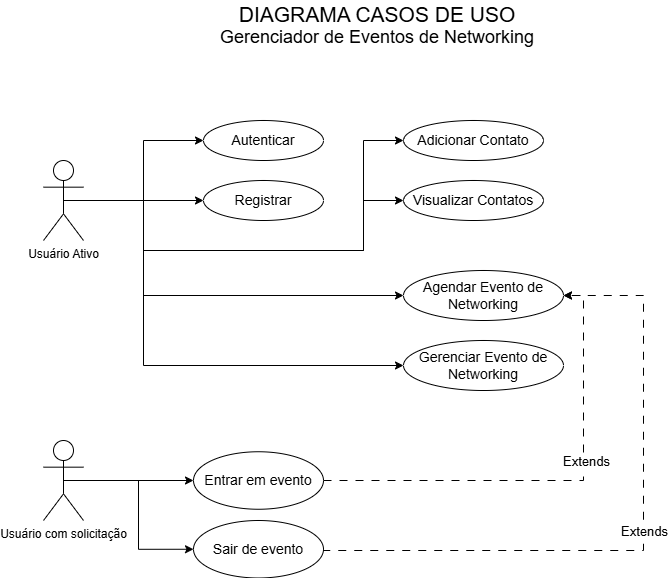
The draw.io diagram documents/CasosDeUso.png in splantapot/atividade4_DSenai, before a commit. Source tidied: cells renumbered, new cells last; positions are measured from the earlier drawing's top-left corner, leaving out a move shared by most shapes. Its diagram source:
```xml
<mxGraphModel>
  <root>
    <mxCell id="0" />
    <mxCell id="1" parent="0" />
    <mxCell id="2" value="&lt;font style=&quot;&quot;&gt;&lt;span style=&quot;font-size: 21px;&quot;&gt;DIAGRAMA CASOS DE USO&lt;/span&gt;&lt;br&gt;&lt;font style=&quot;font-size: 18px;&quot;&gt;Gerenciador de Eventos de Networking&lt;/font&gt;&lt;/font&gt;" style="text;html=1;align=center;verticalAlign=middle;whiteSpace=wrap;rounded=0;" parent="1" vertex="1">
      <mxGeometry x="106" width="456" height="50" as="geometry" />
    </mxCell>
    <mxCell id="3" style="edgeStyle=orthogonalEdgeStyle;rounded=0;jettySize=auto;html=1;exitX=0.5;exitY=0.5;exitDx=0;exitDy=0;exitPerimeter=0;entryX=0;entryY=0.5;entryDx=0;entryDy=0;" parent="1" edge="1" source="9" target="13">
      <mxGeometry relative="1" as="geometry" />
    </mxCell>
    <mxCell id="4" style="edgeStyle=orthogonalEdgeStyle;rounded=0;jettySize=auto;html=1;exitX=0.5;exitY=0.5;exitDx=0;exitDy=0;exitPerimeter=0;entryX=0;entryY=0.5;entryDx=0;entryDy=0;" parent="1" edge="1" source="9" target="14">
      <mxGeometry relative="1" as="geometry" />
    </mxCell>
    <mxCell id="5" style="edgeStyle=orthogonalEdgeStyle;rounded=0;jettySize=auto;html=1;exitX=0.5;exitY=0.5;exitDx=0;exitDy=0;exitPerimeter=0;entryX=0;entryY=0.5;entryDx=0;entryDy=0;" parent="1" edge="1" source="9" target="15">
      <mxGeometry relative="1" as="geometry">
        <Array as="points">
          <mxPoint x="100" y="200" />
          <mxPoint x="100" y="250" />
          <mxPoint x="320" y="250" />
          <mxPoint x="320" y="140" />
        </Array>
      </mxGeometry>
    </mxCell>
    <mxCell id="6" style="edgeStyle=orthogonalEdgeStyle;rounded=0;jettySize=auto;html=1;exitX=0.5;exitY=0.5;exitDx=0;exitDy=0;exitPerimeter=0;entryX=0;entryY=0.5;entryDx=0;entryDy=0;" parent="1" edge="1" source="9" target="16">
      <mxGeometry relative="1" as="geometry">
        <Array as="points">
          <mxPoint x="100" y="200" />
          <mxPoint x="100" y="250" />
          <mxPoint x="320" y="250" />
          <mxPoint x="320" y="200" />
        </Array>
      </mxGeometry>
    </mxCell>
    <mxCell id="7" style="edgeStyle=orthogonalEdgeStyle;rounded=0;jettySize=auto;html=1;exitX=0.5;exitY=0.5;exitDx=0;exitDy=0;exitPerimeter=0;entryX=0;entryY=0.5;entryDx=0;entryDy=0;" parent="1" edge="1" source="9" target="17">
      <mxGeometry relative="1" as="geometry">
        <Array as="points">
          <mxPoint x="100" y="200" />
          <mxPoint x="100" y="295" />
        </Array>
      </mxGeometry>
    </mxCell>
    <mxCell id="8" style="edgeStyle=orthogonalEdgeStyle;rounded=0;jettySize=auto;html=1;exitX=0.5;exitY=0.5;exitDx=0;exitDy=0;exitPerimeter=0;entryX=0;entryY=0.5;entryDx=0;entryDy=0;" parent="1" edge="1" source="9" target="18">
      <mxGeometry relative="1" as="geometry">
        <Array as="points">
          <mxPoint x="100" y="200" />
          <mxPoint x="100" y="365" />
        </Array>
      </mxGeometry>
    </mxCell>
    <mxCell id="9" value="Usuário Ativo" style="shape=umlActor;verticalLabelPosition=bottom;verticalAlign=top;html=1;outlineConnect=0;" parent="1" vertex="1">
      <mxGeometry y="160" width="40" height="80" as="geometry" />
    </mxCell>
    <mxCell id="10" style="edgeStyle=orthogonalEdgeStyle;rounded=0;jettySize=auto;html=1;exitX=0.5;exitY=0.5;exitDx=0;exitDy=0;exitPerimeter=0;entryX=0;entryY=0.5;entryDx=0;entryDy=0;" parent="1" edge="1" source="12" target="21">
      <mxGeometry relative="1" as="geometry" />
    </mxCell>
    <mxCell id="11" style="edgeStyle=orthogonalEdgeStyle;rounded=0;jettySize=auto;html=1;exitX=0.5;exitY=0.5;exitDx=0;exitDy=0;exitPerimeter=0;entryX=0;entryY=0.5;entryDx=0;entryDy=0;" parent="1" edge="1" source="12" target="22">
      <mxGeometry relative="1" as="geometry" />
    </mxCell>
    <mxCell id="12" value="Usuário com solicitação" style="shape=umlActor;verticalLabelPosition=bottom;verticalAlign=top;html=1;outlineConnect=0;" parent="1" vertex="1">
      <mxGeometry y="440" width="40" height="80" as="geometry" />
    </mxCell>
    <mxCell id="13" value="&lt;font style=&quot;font-size: 14px;&quot;&gt;Autenticar&lt;/font&gt;" style="ellipse;whiteSpace=wrap;html=1;" parent="1" vertex="1">
      <mxGeometry x="160" y="120" width="120" height="40" as="geometry" />
    </mxCell>
    <mxCell id="14" value="&lt;font style=&quot;font-size: 14px;&quot;&gt;Registrar&lt;/font&gt;" style="ellipse;whiteSpace=wrap;html=1;" parent="1" vertex="1">
      <mxGeometry x="160" y="180" width="120" height="40" as="geometry" />
    </mxCell>
    <mxCell id="15" value="&lt;font style=&quot;font-size: 14px;&quot;&gt;Adicionar Contato&lt;/font&gt;" style="ellipse;whiteSpace=wrap;html=1;" parent="1" vertex="1">
      <mxGeometry x="360" y="120" width="140" height="40" as="geometry" />
    </mxCell>
    <mxCell id="16" value="&lt;font style=&quot;font-size: 14px;&quot;&gt;Visualizar Contatos&lt;/font&gt;" style="ellipse;whiteSpace=wrap;html=1;" parent="1" vertex="1">
      <mxGeometry x="360" y="180" width="140" height="40" as="geometry" />
    </mxCell>
    <mxCell id="17" value="&lt;font style=&quot;font-size: 14px;&quot;&gt;Agendar Evento de Networking&lt;/font&gt;" style="ellipse;whiteSpace=wrap;html=1;" parent="1" vertex="1">
      <mxGeometry x="360" y="270" width="160" height="50" as="geometry" />
    </mxCell>
    <mxCell id="18" value="&lt;font style=&quot;font-size: 14px;&quot;&gt;Gerenciar Evento de Networking&lt;/font&gt;" style="ellipse;whiteSpace=wrap;html=1;" parent="1" vertex="1">
      <mxGeometry x="360" y="340" width="160" height="50" as="geometry" />
    </mxCell>
    <mxCell id="19" style="edgeStyle=orthogonalEdgeStyle;rounded=0;jettySize=auto;html=1;exitX=1;exitY=0.5;exitDx=0;exitDy=0;entryX=1;entryY=0.5;entryDx=0;entryDy=0;dashed=1;dashPattern=8 8;" parent="1" edge="1" source="21" target="17">
      <mxGeometry relative="1" as="geometry" />
    </mxCell>
    <mxCell id="20" value="&lt;font style=&quot;font-size: 13px;&quot;&gt;Extends&lt;/font&gt;" style="edgeLabel;html=1;align=center;verticalAlign=middle;" parent="19" vertex="1">
      <mxGeometry x="0.17" y="-2" relative="1" as="geometry">
        <mxPoint y="-7" as="offset" />
      </mxGeometry>
    </mxCell>
    <mxCell id="21" value="&lt;span style=&quot;font-size: 14px;&quot;&gt;Entrar em evento&lt;/span&gt;" style="ellipse;whiteSpace=wrap;html=1;" parent="1" vertex="1">
      <mxGeometry x="150" y="451.2" width="130" height="57.5" as="geometry" />
    </mxCell>
    <mxCell id="22" value="&lt;span style=&quot;font-size: 14px;&quot;&gt;Sair de evento&lt;/span&gt;" style="ellipse;whiteSpace=wrap;html=1;" parent="1" vertex="1">
      <mxGeometry x="150" y="520" width="130" height="57.5" as="geometry" />
    </mxCell>
    <mxCell id="23" style="edgeStyle=orthogonalEdgeStyle;rounded=0;jettySize=auto;html=1;exitX=1;exitY=0.5;exitDx=0;exitDy=0;entryX=1;entryY=0.5;entryDx=0;entryDy=0;dashed=1;dashPattern=8 8;" parent="1" edge="1" source="22" target="17">
      <mxGeometry relative="1" as="geometry">
        <Array as="points">
          <mxPoint x="280" y="550" />
          <mxPoint x="600" y="550" />
          <mxPoint x="600" y="295" />
        </Array>
      </mxGeometry>
    </mxCell>
    <mxCell id="24" value="&lt;font style=&quot;font-size: 13px;&quot;&gt;Extends&lt;/font&gt;" style="edgeLabel;html=1;align=center;verticalAlign=middle;" parent="23" vertex="1">
      <mxGeometry x="0.17" y="-2" relative="1" as="geometry">
        <mxPoint x="-2" y="44" as="offset" />
      </mxGeometry>
    </mxCell>
  </root>
</mxGraphModel>
```
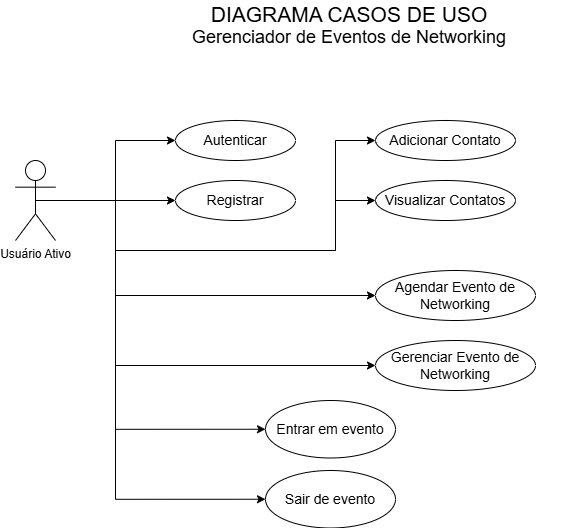
Above is the later version.

What changed in the source:
```diff
@@ -47,18 +47,25 @@
         </Array>
       </mxGeometry>
     </mxCell>
+    <mxCell id="25" style="edgeStyle=orthogonalEdgeStyle;rounded=0;jettySize=auto;html=1;exitX=0.5;exitY=0.5;exitDx=0;exitDy=0;exitPerimeter=0;entryX=0;entryY=0.5;entryDx=0;entryDy=0;" parent="1" edge="1" source="9" target="21">
+      <mxGeometry relative="1" as="geometry">
+        <Array as="points">
+          <mxPoint x="100" y="200" />
+          <mxPoint x="100" y="429" />
+        </Array>
+      </mxGeometry>
+    </mxCell>
+    <mxCell id="26" style="edgeStyle=orthogonalEdgeStyle;rounded=0;jettySize=auto;html=1;exitX=0.5;exitY=0.5;exitDx=0;exitDy=0;exitPerimeter=0;entryX=0;entryY=0.5;entryDx=0;entryDy=0;" parent="1" edge="1" source="9" target="22">
+      <mxGeometry relative="1" as="geometry">
+        <Array as="points">
+          <mxPoint x="100" y="200" />
+          <mxPoint x="100" y="499" />
+        </Array>
+      </mxGeometry>
+    </mxCell>
     <mxCell id="9" value="Usuário Ativo" style="shape=umlActor;verticalLabelPosition=bottom;verticalAlign=top;html=1;outlineConnect=0;" parent="1" vertex="1">
       <mxGeometry y="160" width="40" height="80" as="geometry" />
     </mxCell>
-    <mxCell id="10" style="edgeStyle=orthogonalEdgeStyle;rounded=0;jettySize=auto;html=1;exitX=0.5;exitY=0.5;exitDx=0;exitDy=0;exitPerimeter=0;entryX=0;entryY=0.5;entryDx=0;entryDy=0;" parent="1" edge="1" source="12" target="21">
-      <mxGeometry relative="1" as="geometry" />
-    </mxCell>
-    <mxCell id="11" style="edgeStyle=orthogonalEdgeStyle;rounded=0;jettySize=auto;html=1;exitX=0.5;exitY=0.5;exitDx=0;exitDy=0;exitPerimeter=0;entryX=0;entryY=0.5;entryDx=0;entryDy=0;" parent="1" edge="1" source="12" target="22">
-      <mxGeometry relative="1" as="geometry" />
-    </mxCell>
-    <mxCell id="12" value="Usuário com solicitação" style="shape=umlActor;verticalLabelPosition=bottom;verticalAlign=top;html=1;outlineConnect=0;" parent="1" vertex="1">
-      <mxGeometry y="440" width="40" height="80" as="geometry" />
-    </mxCell>
     <mxCell id="13" value="&lt;font style=&quot;font-size: 14px;&quot;&gt;Autenticar&lt;/font&gt;" style="ellipse;whiteSpace=wrap;html=1;" parent="1" vertex="1">
       <mxGeometry x="160" y="120" width="120" height="40" as="geometry" />
     </mxCell>
@@ -77,33 +84,11 @@
     <mxCell id="18" value="&lt;font style=&quot;font-size: 14px;&quot;&gt;Gerenciar Evento de Networking&lt;/font&gt;" style="ellipse;whiteSpace=wrap;html=1;" parent="1" vertex="1">
       <mxGeometry x="360" y="340" width="160" height="50" as="geometry" />
     </mxCell>
-    <mxCell id="19" style="edgeStyle=orthogonalEdgeStyle;rounded=0;jettySize=auto;html=1;exitX=1;exitY=0.5;exitDx=0;exitDy=0;entryX=1;entryY=0.5;entryDx=0;entryDy=0;dashed=1;dashPattern=8 8;" parent="1" edge="1" source="21" target="17">
-      <mxGeometry relative="1" as="geometry" />
-    </mxCell>
-    <mxCell id="20" value="&lt;font style=&quot;font-size: 13px;&quot;&gt;Extends&lt;/font&gt;" style="edgeLabel;html=1;align=center;verticalAlign=middle;" parent="19" vertex="1">
-      <mxGeometry x="0.17" y="-2" relative="1" as="geometry">
-        <mxPoint y="-7" as="offset" />
-      </mxGeometry>
-    </mxCell>
     <mxCell id="21" value="&lt;span style=&quot;font-size: 14px;&quot;&gt;Entrar em evento&lt;/span&gt;" style="ellipse;whiteSpace=wrap;html=1;" parent="1" vertex="1">
-      <mxGeometry x="150" y="451.2" width="130" height="57.5" as="geometry" />
+      <mxGeometry x="250" y="400" width="130" height="57.5" as="geometry" />
     </mxCell>
     <mxCell id="22" value="&lt;span style=&quot;font-size: 14px;&quot;&gt;Sair de evento&lt;/span&gt;" style="ellipse;whiteSpace=wrap;html=1;" parent="1" vertex="1">
-      <mxGeometry x="150" y="520" width="130" height="57.5" as="geometry" />
+      <mxGeometry x="250" y="470" width="130" height="57.5" as="geometry" />
     </mxCell>
-    <mxCell id="23" style="edgeStyle=orthogonalEdgeStyle;rounded=0;jettySize=auto;html=1;exitX=1;exitY=0.5;exitDx=0;exitDy=0;entryX=1;entryY=0.5;entryDx=0;entryDy=0;dashed=1;dashPattern=8 8;" parent="1" edge="1" source="22" target="17">
-      <mxGeometry relative="1" as="geometry">
-        <Array as="points">
-          <mxPoint x="280" y="550" />
-          <mxPoint x="600" y="550" />
-          <mxPoint x="600" y="295" />
-        </Array>
-      </mxGeometry>
-    </mxCell>
-    <mxCell id="24" value="&lt;font style=&quot;font-size: 13px;&quot;&gt;Extends&lt;/font&gt;" style="edgeLabel;html=1;align=center;verticalAlign=middle;" parent="23" vertex="1">
-      <mxGeometry x="0.17" y="-2" relative="1" as="geometry">
-        <mxPoint x="-2" y="44" as="offset" />
-      </mxGeometry>
-    </mxCell>
   </root>
 </mxGraphModel>
```
